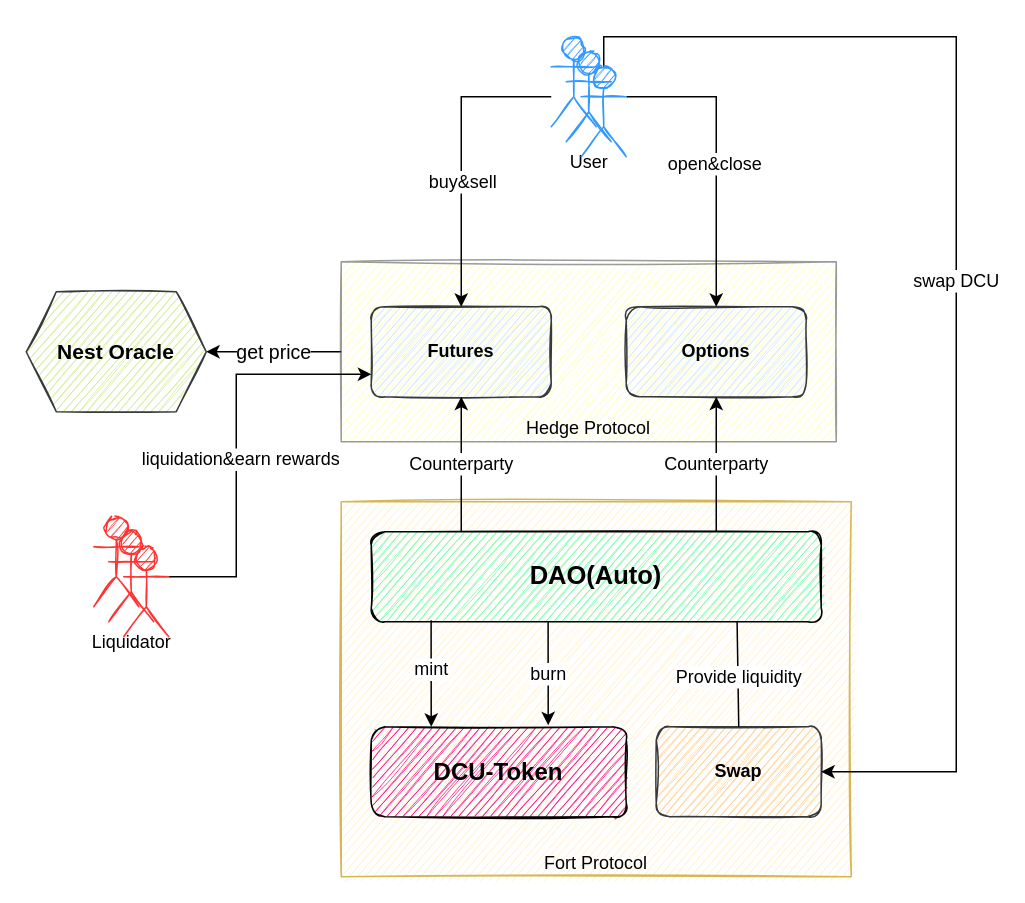
Earlier version of the draw.io diagram Untitled Diagram.drawio (DoctorLi2042/DoctorLi2042). Source tidied: cells renumbered, new cells numbered last; positions are measured from the earlier drawing's top-left corner, leaving out a move shared by most shapes. Both pictures are drawn from the tidied source at 150%, with x=0, y=0 at pixel (26, 36).
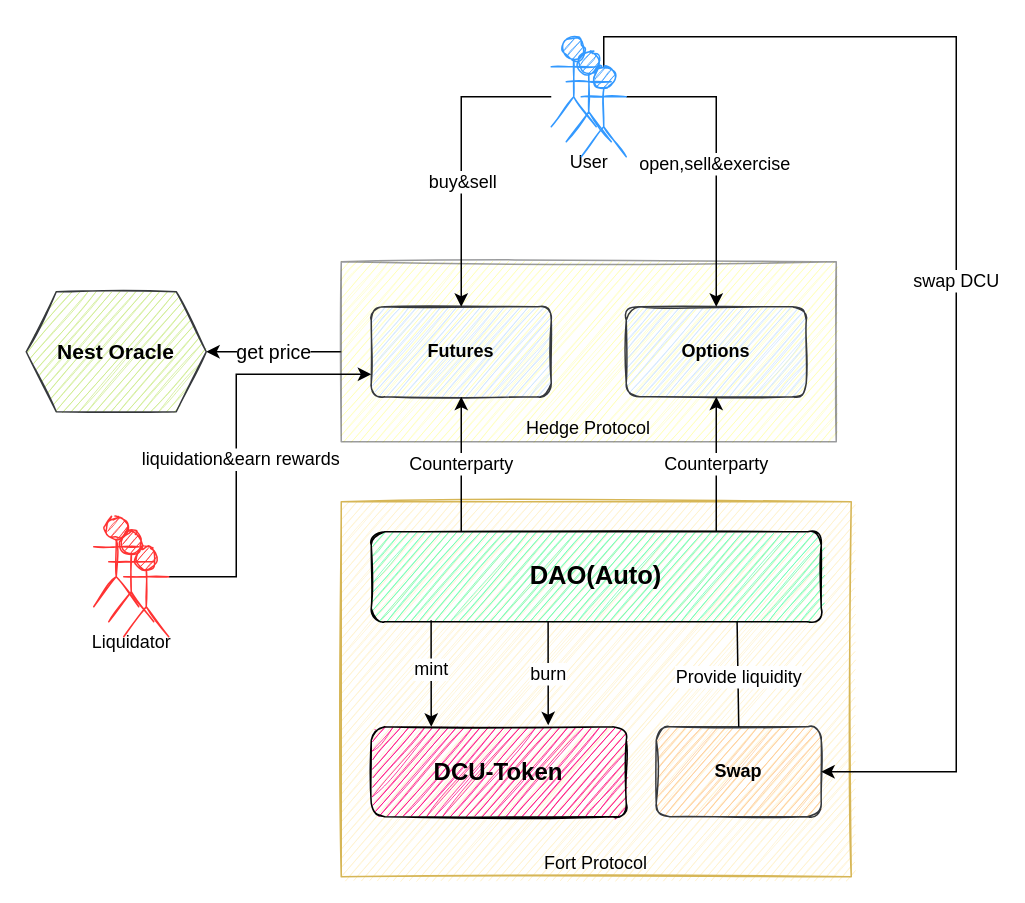
The same diagram, later.

The change refers to these unchanged cells:
```xml
<mxCell id="23" style="edgeStyle=orthogonalEdgeStyle;rounded=0;jettySize=auto;html=1;exitX=1;exitY=0.3333333333333333;exitDx=0;exitDy=0;exitPerimeter=0;fontSize=12;" parent="1" edge="1" source="26" target="6">
  <mxGeometry relative="1" as="geometry" />
</mxCell>
```

Change to the diagram source:
```diff
@@
-    <mxCell id="24" value="open&amp;amp;close" style="edgeLabel;html=1;align=center;verticalAlign=middle;fontSize=12;" parent="23" vertex="1">
+    <mxCell id="24" value="open,sell&amp;amp;exercise" style="edgeLabel;html=1;align=center;verticalAlign=middle;fontSize=12;" parent="23" vertex="1">
       <mxGeometry x="0.04" y="-2" relative="1" as="geometry" />
     </mxCell>
```
